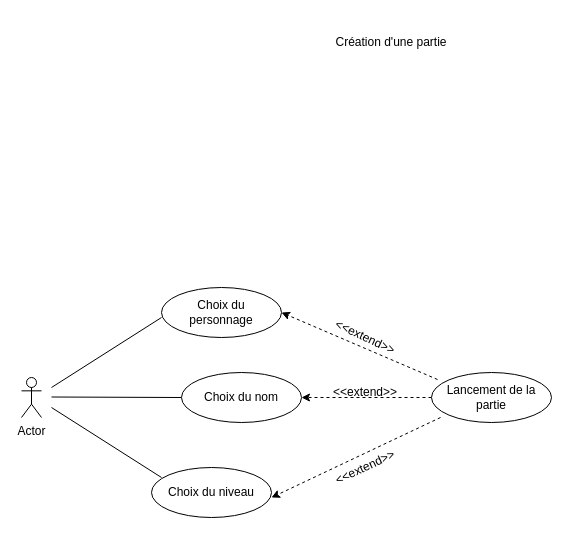
Above: page "Page-1" (1 of 2) of DiagramCasUtilisation.drawio in BMaurice56/Tamagotchi (draw.io), before the change. Source tidied: cells renumbered, new cells numbered last; positions are measured from the earlier drawing's top-left corner, leaving out a move shared by most shapes. Both pictures are drawn from the tidied source at 100%, with x=0, y=0 at pixel (21, 17).
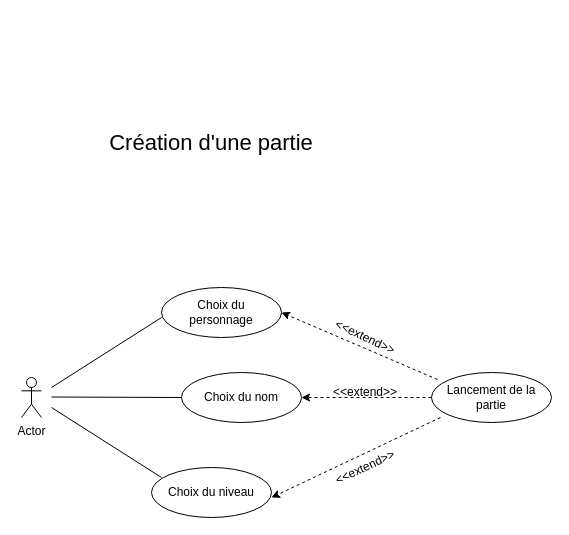
The same diagram, later.

Commit message:
Mettre à jour DiagramCasUtilisation.drawio

What changed in the source:
```diff
@@
-    <mxCell id="5" value="Création d'une partie" style="text;html=1;strokeColor=none;fillColor=none;align=center;verticalAlign=middle;whiteSpace=wrap;rounded=0;" parent="1" vertex="1">
-      <mxGeometry x="260" width="220" height="50" as="geometry" />
+    <mxCell id="5" value="&lt;font style=&quot;font-size: 22px;&quot;&gt;Création d'une partie&lt;/font&gt;" style="text;html=1;strokeColor=none;fillColor=none;align=center;verticalAlign=middle;whiteSpace=wrap;rounded=0;" parent="1" vertex="1">
+      <mxGeometry x="30" y="90" width="320" height="71.8" as="geometry" />
     </mxCell>
```
